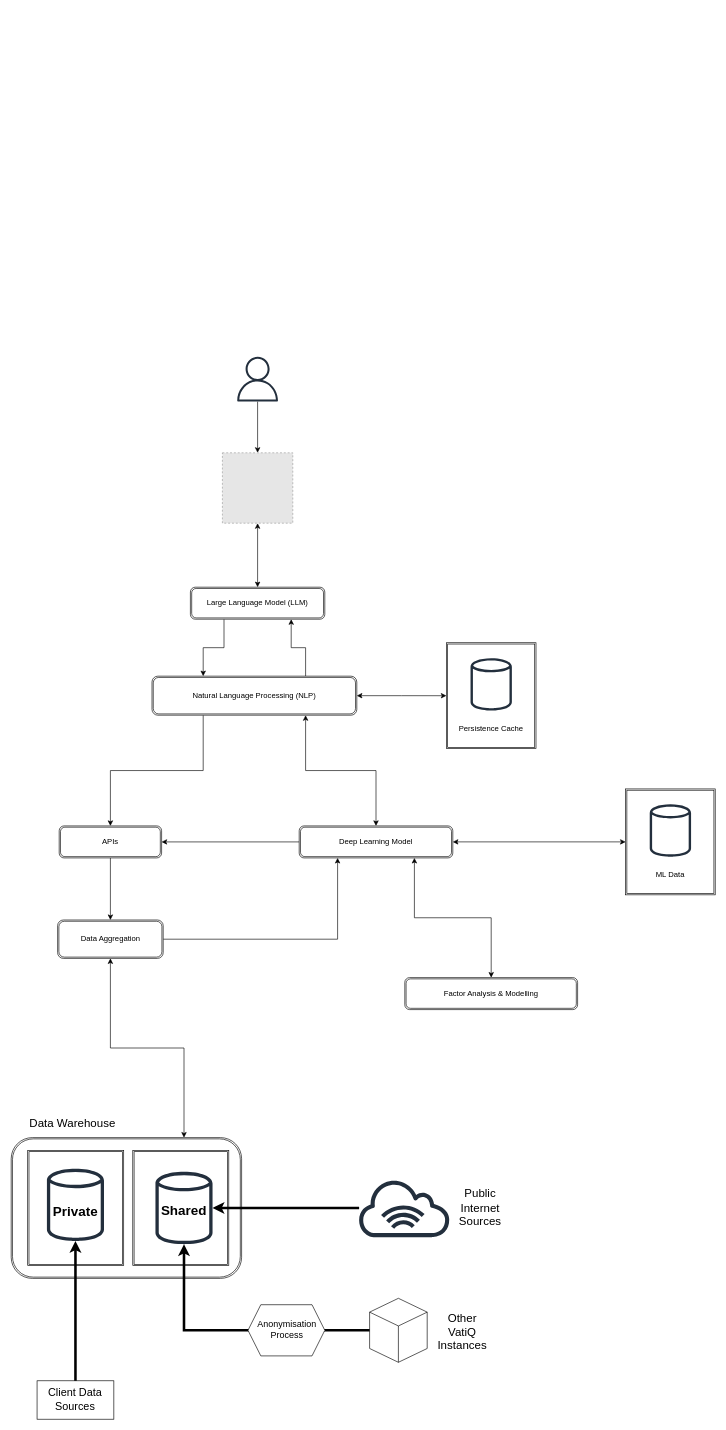
Before: Untitled Diagram.drawio in jordan-lazarus/jordan-lazarus, a draw.io diagram. Source tidied: cells renumbered, new cells numbered last; positions are measured from the earlier drawing's top-left corner, leaving out a move shared by most shapes. Both pictures are drawn from the tidied source at 64%, with x=0, y=0 at pixel (11, 356). Pictures stored in the file or linked from it are replaced by grey dashed boxes.
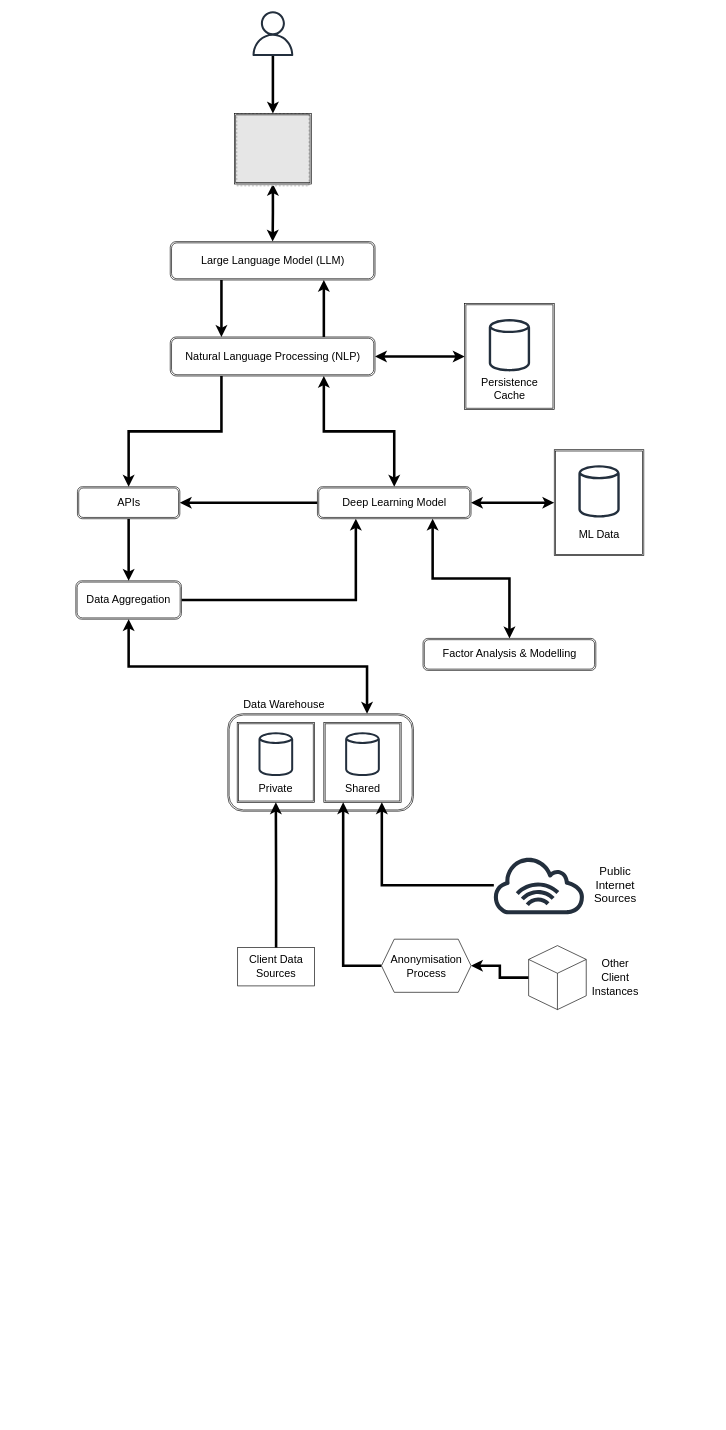
Above is the later version.

The change refers to these unchanged cells:
```xml
<mxCell id="40" style="sketch=0;outlineConnect=0;fontColor=#000000;gradientColor=none;fillColor=#232F3D;strokeColor=none;dashed=0;verticalLabelPosition=bottom;verticalAlign=top;align=center;html=1;fontSize=12;fontStyle=0;shape=mxgraph.aws4.internet_alt1;" parent="39" vertex="1">
  <mxGeometry width="148" height="91.1" as="geometry" />
</mxCell>
```

Diff of the diagram source:
```diff
@@
     <mxCell id="2" value="Client Data Sources" style="rounded=0;whiteSpace=wrap;html=1;fontSize=17;" parent="1" vertex="1">
-      <mxGeometry x="40.4" y="1600" width="120" height="60" as="geometry" />
+      <mxGeometry x="353.9" y="923" width="120" height="60" as="geometry" />
     </mxCell>
+    <mxCell id="49" style="edgeStyle=orthogonalEdgeStyle;rounded=0;jettySize=auto;html=1;fontFamily=Helvetica;fontSize=12;fontColor=default;strokeWidth=4;" parent="1" edge="1" source="3" target="16">
+      <mxGeometry relative="1" as="geometry" />
+    </mxCell>
     <mxCell id="3" style="html=1;whiteSpace=wrap;shape=isoCube2;backgroundOutline=1;isoAngle=15;" parent="1" vertex="1">
-      <mxGeometry x="560" y="1471.1" width="90" height="100" as="geometry" />
+      <mxGeometry x="808.5" y="920" width="90" height="100" as="geometry" />
     </mxCell>
-    <mxCell id="4" value="Other VatiQ Instances" style="text;html=1;strokeColor=none;fillColor=none;align=center;verticalAlign=middle;whiteSpace=wrap;rounded=0;fontSize=18;" parent="1" vertex="1">
-      <mxGeometry x="660" y="1491.1" width="90" height="66.1" as="geometry" />
+    <mxCell id="4" value="&lt;font style=&quot;font-size: 17px;&quot;&gt;Other Client Instances&lt;/font&gt;" style="text;html=1;strokeColor=none;fillColor=none;align=center;verticalAlign=middle;whiteSpace=wrap;rounded=0;fontSize=18;" parent="1" vertex="1">
+      <mxGeometry x="898.5" y="937" width="90" height="66.1" as="geometry" />
     </mxCell>
-    <mxCell id="5" style="group;fontSize=10;" parent="1" vertex="1">
-      <mxGeometry y="1180" width="360" height="260" as="geometry" />
-    </mxCell>
-    <mxCell id="6" style="shape=ext;double=1;rounded=1;whiteSpace=wrap;html=1;" parent="5" vertex="1">
-      <mxGeometry y="40" width="360" height="220" as="geometry" />
-    </mxCell>
-    <mxCell id="7" style="shape=ext;double=1;rounded=0;whiteSpace=wrap;html=1;" parent="5" vertex="1">
-      <mxGeometry x="190" y="60" width="150" height="180" as="geometry" />
-    </mxCell>
-    <mxCell id="8" style="shape=ext;double=1;rounded=0;whiteSpace=wrap;html=1;" parent="5" vertex="1">
-      <mxGeometry x="25.8" y="60" width="150" height="180" as="geometry" />
-    </mxCell>
-    <mxCell id="9" value="&lt;font style=&quot;font-size: 18px;&quot;&gt;Data Warehouse&lt;/font&gt;" style="text;html=1;strokeColor=none;fillColor=none;align=center;verticalAlign=middle;whiteSpace=wrap;rounded=0;fontSize=27;" parent="5" vertex="1">
-      <mxGeometry x="25.8" width="140" height="30" as="geometry" />
-    </mxCell>
-    <mxCell id="10" value="Private" style="text;html=1;strokeColor=none;fillColor=none;align=center;verticalAlign=middle;whiteSpace=wrap;rounded=0;fontStyle=1;fontSize=21;" parent="5" vertex="1">
-      <mxGeometry x="70.8" y="140" width="59.1" height="29" as="geometry" />
-    </mxCell>
-    <mxCell id="11" value="Shared" style="text;html=1;strokeColor=none;fillColor=none;align=center;verticalAlign=middle;whiteSpace=wrap;rounded=0;fontStyle=1;fontSize=21;" parent="5" vertex="1">
-      <mxGeometry x="240" y="139" width="60" height="30" as="geometry" />
-    </mxCell>
-    <mxCell id="12" style="sketch=0;outlineConnect=0;fontColor=#000000;gradientColor=none;fillColor=#232F3D;strokeColor=none;dashed=0;verticalLabelPosition=bottom;verticalAlign=top;align=center;html=1;fontSize=12;fontStyle=0;shape=mxgraph.aws4.generic_database;" parent="5" vertex="1">
-      <mxGeometry x="55.8" y="86" width="89.2" height="118" as="geometry" />
-    </mxCell>
-    <mxCell id="13" style="sketch=0;outlineConnect=0;fontColor=#000000;gradientColor=none;fillColor=#232F3D;strokeColor=none;dashed=0;verticalLabelPosition=bottom;verticalAlign=top;align=center;html=1;fontSize=12;fontStyle=0;shape=mxgraph.aws4.generic_database;" parent="5" vertex="1">
-      <mxGeometry x="225.4" y="91" width="89.2" height="118" as="geometry" />
-    </mxCell>
-    <mxCell id="14" style="edgeStyle=orthogonalEdgeStyle;rounded=0;jettySize=auto;html=1;strokeWidth=4;" parent="1" edge="1" source="40" target="13">
-      <mxGeometry relative="1" as="geometry" />
-    </mxCell>
-    <mxCell id="15" style="edgeStyle=orthogonalEdgeStyle;rounded=0;jettySize=auto;html=1;strokeWidth=4;" parent="1" edge="1" source="3" target="13">
-      <mxGeometry relative="1" as="geometry" />
-    </mxCell>
-    <mxCell id="16" style="shape=hexagon;perimeter=hexagonPerimeter2;whiteSpace=wrap;html=1;fixedSize=1;" parent="1" vertex="1">
-      <mxGeometry x="370" y="1481.1" width="120" height="80" as="geometry" />
-    </mxCell>
-    <mxCell id="17" value="Anonymisation Process" style="text;html=1;strokeColor=none;fillColor=none;align=center;verticalAlign=middle;whiteSpace=wrap;rounded=0;fontSize=14;" parent="1" vertex="1">
-      <mxGeometry x="401" y="1505" width="60" height="30" as="geometry" />
-    </mxCell>
-    <mxCell id="18" style="edgeStyle=orthogonalEdgeStyle;rounded=0;jettySize=auto;html=1;entryX=0.5;entryY=0;entryDx=0;entryDy=0;" parent="1" edge="1" source="19" target="31">
+    <mxCell id="18" style="edgeStyle=orthogonalEdgeStyle;rounded=0;jettySize=auto;html=1;entryX=0.5;entryY=0;entryDx=0;entryDy=0;strokeWidth=4;" parent="1" edge="1" source="19" target="51">
       <mxGeometry relative="1" as="geometry" />
     </mxCell>
     <mxCell id="19" style="sketch=0;outlineConnect=0;fontColor=#232F3E;gradientColor=none;fillColor=#232F3D;strokeColor=none;dashed=0;verticalLabelPosition=bottom;verticalAlign=top;align=center;html=1;fontSize=12;fontStyle=0;shape=mxgraph.aws4.user;" parent="1" vertex="1">
-      <mxGeometry x="350" width="70" height="70" as="geometry" />
+      <mxGeometry x="373.9" y="-540" width="70" height="70" as="geometry" />
     </mxCell>
-    <mxCell id="20" style="edgeStyle=orthogonalEdgeStyle;rounded=0;jettySize=auto;html=1;entryX=0.25;entryY=1;entryDx=0;entryDy=0;" parent="1" edge="1" source="21" target="37">
+    <mxCell id="20" style="edgeStyle=orthogonalEdgeStyle;rounded=0;jettySize=auto;html=1;entryX=0.25;entryY=1;entryDx=0;entryDy=0;strokeWidth=4;" parent="1" edge="1" source="21" target="37">
       <mxGeometry relative="1" as="geometry" />
     </mxCell>
-    <mxCell id="21" value="Data Aggregation" style="shape=ext;double=1;rounded=1;whiteSpace=wrap;html=1;" parent="1" vertex="1">
-      <mxGeometry x="72.5" y="880" width="165" height="60" as="geometry" />
+    <mxCell id="21" value="&lt;font style=&quot;font-size: 17px;&quot;&gt;Data Aggregation&lt;/font&gt;" style="shape=ext;double=1;rounded=1;whiteSpace=wrap;html=1;" parent="1" vertex="1">
+      <mxGeometry x="101" y="350" width="165" height="60" as="geometry" />
     </mxCell>
-    <mxCell id="22" style="edgeStyle=orthogonalEdgeStyle;rounded=0;jettySize=auto;html=1;exitX=0.5;exitY=1;exitDx=0;exitDy=0;entryX=0.5;entryY=0;entryDx=0;entryDy=0;" parent="1" edge="1" source="23" target="21">
+    <mxCell id="22" style="edgeStyle=orthogonalEdgeStyle;rounded=0;jettySize=auto;html=1;exitX=0.5;exitY=1;exitDx=0;exitDy=0;entryX=0.5;entryY=0;entryDx=0;entryDy=0;strokeWidth=4;" parent="1" edge="1" source="23" target="21">
       <mxGeometry relative="1" as="geometry" />
     </mxCell>
-    <mxCell id="23" value="APIs" style="shape=ext;double=1;rounded=1;whiteSpace=wrap;html=1;" parent="1" vertex="1">
-      <mxGeometry x="75" y="733" width="160" height="50" as="geometry" />
+    <mxCell id="23" value="&lt;font style=&quot;font-size: 17px;&quot;&gt;APIs&lt;/font&gt;" style="shape=ext;double=1;rounded=1;whiteSpace=wrap;html=1;" parent="1" vertex="1">
+      <mxGeometry x="103.5" y="203" width="160" height="50" as="geometry" />
     </mxCell>
-    <mxCell id="24" style="edgeStyle=orthogonalEdgeStyle;rounded=0;jettySize=auto;html=1;entryX=0.75;entryY=1;entryDx=0;entryDy=0;exitX=0.75;exitY=0;exitDx=0;exitDy=0;" parent="1" edge="1" source="27" target="29">
+    <mxCell id="24" style="edgeStyle=orthogonalEdgeStyle;rounded=0;jettySize=auto;html=1;entryX=0.75;entryY=1;entryDx=0;entryDy=0;exitX=0.75;exitY=0;exitDx=0;exitDy=0;strokeWidth=4;" parent="1" edge="1" source="27" target="29">
       <mxGeometry relative="1" as="geometry" />
     </mxCell>
-    <mxCell id="25" style="edgeStyle=orthogonalEdgeStyle;rounded=0;jettySize=auto;html=1;exitX=0.25;exitY=1;exitDx=0;exitDy=0;" parent="1" edge="1" source="27" target="23">
+    <mxCell id="25" style="edgeStyle=orthogonalEdgeStyle;rounded=0;jettySize=auto;html=1;exitX=0.25;exitY=1;exitDx=0;exitDy=0;strokeWidth=4;" parent="1" edge="1" source="27" target="23">
       <mxGeometry relative="1" as="geometry" />
     </mxCell>
-    <mxCell id="26" style="edgeStyle=orthogonalEdgeStyle;rounded=0;jettySize=auto;html=1;exitX=1;exitY=0.5;exitDx=0;exitDy=0;entryX=0;entryY=0.5;entryDx=0;entryDy=0;startArrow=classic;startFill=1;" parent="1" edge="1" source="27" target="44">
+    <mxCell id="26" style="edgeStyle=orthogonalEdgeStyle;rounded=0;jettySize=auto;html=1;exitX=1;exitY=0.5;exitDx=0;exitDy=0;entryX=0;entryY=0.5;entryDx=0;entryDy=0;startArrow=classic;startFill=1;strokeWidth=4;" parent="1" edge="1" source="27" target="44">
       <mxGeometry relative="1" as="geometry" />
     </mxCell>
-    <mxCell id="27" value="Natural Language Processing (NLP)" style="shape=ext;double=1;rounded=1;whiteSpace=wrap;html=1;" parent="1" vertex="1">
-      <mxGeometry x="220" y="499" width="320" height="61" as="geometry" />
+    <mxCell id="27" value="&lt;font style=&quot;font-size: 17px;&quot;&gt;Natural Language Processing (NLP)&lt;/font&gt;" style="shape=ext;double=1;rounded=1;whiteSpace=wrap;html=1;" parent="1" vertex="1">
+      <mxGeometry x="248.5" y="-31" width="320" height="61" as="geometry" />
     </mxCell>
-    <mxCell id="28" style="edgeStyle=orthogonalEdgeStyle;rounded=0;jettySize=auto;html=1;exitX=0.25;exitY=1;exitDx=0;exitDy=0;entryX=0.25;entryY=0;entryDx=0;entryDy=0;" parent="1" edge="1" source="29" target="27">
+    <mxCell id="28" style="edgeStyle=orthogonalEdgeStyle;rounded=0;jettySize=auto;html=1;exitX=0.25;exitY=1;exitDx=0;exitDy=0;entryX=0.25;entryY=0;entryDx=0;entryDy=0;strokeWidth=4;" parent="1" edge="1" source="29" target="27">
       <mxGeometry relative="1" as="geometry" />
     </mxCell>
-    <mxCell id="29" value="Large Language Model (LLM)" style="shape=ext;double=1;rounded=1;whiteSpace=wrap;html=1;" parent="1" vertex="1">
-      <mxGeometry x="280" y="360" width="210" height="50" as="geometry" />
+    <mxCell id="29" value="&lt;font style=&quot;font-size: 17px;&quot;&gt;Large Language Model (LLM)&lt;/font&gt;" style="shape=ext;double=1;rounded=1;whiteSpace=wrap;html=1;" parent="1" vertex="1">
+      <mxGeometry x="248.5" y="-180" width="320" height="60" as="geometry" />
     </mxCell>
-    <mxCell id="30" style="edgeStyle=orthogonalEdgeStyle;rounded=0;jettySize=auto;html=1;startArrow=classic;startFill=1;" parent="1" edge="1" source="31" target="29">
+    <mxCell id="30" style="edgeStyle=orthogonalEdgeStyle;rounded=0;jettySize=auto;html=1;startArrow=classic;startFill=1;strokeWidth=4;exitX=0.5;exitY=1;exitDx=0;exitDy=0;" parent="1" edge="1" source="51" target="29">
       <mxGeometry relative="1" as="geometry" />
     </mxCell>
-    <mxCell id="31" style="fillColor=#E6E6E6;strokeColor=#999999;dashed=1;html=1;verticalAlign=top;verticalLabelPosition=bottom;labelBackgroundColor=#ffffff;" parent="1" vertex="1">
-      <mxGeometry x="330" y="150" width="110" height="110" as="geometry" />
-    </mxCell>
-    <mxCell id="32" style="edgeStyle=orthogonalEdgeStyle;rounded=0;jettySize=auto;html=1;strokeWidth=4;" parent="1" edge="1" source="2" target="12">
-      <mxGeometry relative="1" as="geometry" />
-    </mxCell>
-    <mxCell id="33" style="edgeStyle=orthogonalEdgeStyle;rounded=0;jettySize=auto;html=1;exitX=0.75;exitY=0;exitDx=0;exitDy=0;entryX=0.5;entryY=1;entryDx=0;entryDy=0;startArrow=classic;startFill=1;" parent="1" edge="1" source="6" target="21">
+    <mxCell id="33" style="edgeStyle=orthogonalEdgeStyle;rounded=0;jettySize=auto;html=1;exitX=0.75;exitY=0;exitDx=0;exitDy=0;entryX=0.5;entryY=1;entryDx=0;entryDy=0;startArrow=classic;startFill=1;strokeWidth=4;" parent="1" edge="1" source="6" target="21">
       <mxGeometry relative="1" as="geometry" />
     </mxCell>
-    <mxCell id="34" style="edgeStyle=orthogonalEdgeStyle;rounded=0;jettySize=auto;html=1;entryX=0.75;entryY=1;entryDx=0;entryDy=0;startArrow=classic;startFill=1;" parent="1" edge="1" source="37" target="27">
+    <mxCell id="34" style="edgeStyle=orthogonalEdgeStyle;rounded=0;jettySize=auto;html=1;entryX=0.75;entryY=1;entryDx=0;entryDy=0;startArrow=classic;startFill=1;strokeWidth=4;" parent="1" edge="1" source="37" target="27">
       <mxGeometry relative="1" as="geometry" />
     </mxCell>
-    <mxCell id="35" style="edgeStyle=orthogonalEdgeStyle;rounded=0;jettySize=auto;html=1;exitX=0;exitY=0.5;exitDx=0;exitDy=0;" parent="1" edge="1" source="37" target="23">
+    <mxCell id="35" style="edgeStyle=orthogonalEdgeStyle;rounded=0;jettySize=auto;html=1;exitX=0;exitY=0.5;exitDx=0;exitDy=0;strokeWidth=4;" parent="1" edge="1" source="37" target="23">
       <mxGeometry relative="1" as="geometry" />
     </mxCell>
-    <mxCell id="36" style="edgeStyle=orthogonalEdgeStyle;rounded=0;jettySize=auto;html=1;startArrow=classic;startFill=1;entryX=0;entryY=0.5;entryDx=0;entryDy=0;" parent="1" edge="1" source="37" target="47">
+    <mxCell id="36" style="edgeStyle=orthogonalEdgeStyle;rounded=0;jettySize=auto;html=1;startArrow=classic;startFill=1;entryX=0;entryY=0.5;entryDx=0;entryDy=0;strokeWidth=4;" parent="1" edge="1" source="37" target="47">
       <mxGeometry relative="1" as="geometry" />
     </mxCell>
-    <mxCell id="37" value="Deep Learning Model" style="shape=ext;double=1;rounded=1;whiteSpace=wrap;html=1;" parent="1" vertex="1">
-      <mxGeometry x="450" y="733" width="240" height="50" as="geometry" />
+    <mxCell id="37" value="&lt;font style=&quot;font-size: 17px;&quot;&gt;Deep Learning Model&lt;/font&gt;" style="shape=ext;double=1;rounded=1;whiteSpace=wrap;html=1;" parent="1" vertex="1">
+      <mxGeometry x="478.5" y="203" width="240" height="50" as="geometry" />
     </mxCell>
-    <mxCell id="38" style="edgeStyle=orthogonalEdgeStyle;rounded=0;jettySize=auto;html=1;exitX=0.5;exitY=0;exitDx=0;exitDy=0;entryX=0.75;entryY=1;entryDx=0;entryDy=0;startArrow=classic;startFill=1;" parent="1" edge="1" source="42" target="37">
+    <mxCell id="38" style="edgeStyle=orthogonalEdgeStyle;rounded=0;jettySize=auto;html=1;exitX=0.5;exitY=0;exitDx=0;exitDy=0;entryX=0.75;entryY=1;entryDx=0;entryDy=0;startArrow=classic;startFill=1;strokeWidth=4;" parent="1" edge="1" source="42" target="37">
       <mxGeometry relative="1" as="geometry" />
     </mxCell>
     <mxCell id="39" style="group;" parent="1" vertex="1">
-      <mxGeometry x="540" y="1284.5" width="238" height="91.1" as="geometry" />
+      <mxGeometry x="750.5" y="780" width="238" height="91.1" as="geometry" />
     </mxCell>
@@
-    <mxCell id="42" value="Factor Analysis &amp;amp; Modelling" style="shape=ext;double=1;rounded=1;whiteSpace=wrap;html=1;" parent="1" vertex="1">
-      <mxGeometry x="615" y="970" width="270" height="50" as="geometry" />
+    <mxCell id="42" value="&lt;font style=&quot;font-size: 17px;&quot;&gt;Factor Analysis &amp;amp; Modelling&lt;/font&gt;" style="shape=ext;double=1;rounded=1;whiteSpace=wrap;html=1;" parent="1" vertex="1">
+      <mxGeometry x="643.5" y="440" width="270" height="50" as="geometry" />
     </mxCell>
     <mxCell id="43" style="group;" parent="1" vertex="1">
-      <mxGeometry x="680" y="446.8" width="140" height="165.5" as="geometry" />
+      <mxGeometry x="708.5" y="-83.2" width="140" height="165.5" as="geometry" />
     </mxCell>
-    <mxCell id="44" value="&lt;br&gt;&lt;br&gt;&lt;br&gt;&lt;br&gt;&lt;br&gt;&lt;br&gt;&lt;br&gt;Persistence Cache" style="shape=ext;double=1;rounded=0;whiteSpace=wrap;html=1;" parent="43" vertex="1">
+    <mxCell id="44" value="&lt;font style=&quot;font-size: 17px;&quot;&gt;&lt;br&gt;&lt;br&gt;&lt;br&gt;&lt;br&gt;&lt;br&gt;Persistence Cache&lt;/font&gt;" style="shape=ext;double=1;rounded=0;whiteSpace=wrap;html=1;" parent="43" vertex="1">
       <mxGeometry width="140" height="165.5" as="geometry" />
     </mxCell>
@@
     <mxCell id="46" style="group;" parent="1" vertex="1">
-      <mxGeometry x="960" y="675.2" width="140" height="165.5" as="geometry" />
+      <mxGeometry x="848.5" y="145.2" width="140" height="165.5" as="geometry" />
     </mxCell>
-    <mxCell id="47" value="&lt;br&gt;&lt;br&gt;&lt;br&gt;&lt;br&gt;&lt;br&gt;&lt;br&gt;&lt;br&gt;ML Data" style="shape=ext;double=1;rounded=0;whiteSpace=wrap;html=1;" parent="46" vertex="1">
+    <mxCell id="47" value="&lt;font style=&quot;font-size: 17px;&quot;&gt;&lt;br&gt;&lt;br&gt;&lt;br&gt;&lt;br&gt;&lt;br&gt;ML Data&lt;/font&gt;" style="shape=ext;double=1;rounded=0;whiteSpace=wrap;html=1;" parent="46" vertex="1">
       <mxGeometry width="140" height="165.5" as="geometry" />
     </mxCell>
@@
+    <mxCell id="6" style="shape=ext;double=1;rounded=1;whiteSpace=wrap;html=1;" parent="1" vertex="1">
+      <mxGeometry x="338.5" y="557.7" width="290" height="152.3" as="geometry" />
+    </mxCell>
+    <mxCell id="7" value="&lt;font style=&quot;font-size: 17px;&quot;&gt;&lt;br&gt;&lt;br&gt;&lt;br&gt;&lt;br&gt;Private&lt;/font&gt;" style="shape=ext;double=1;rounded=0;whiteSpace=wrap;html=1;" parent="1" vertex="1">
+      <mxGeometry x="353.1" y="571.5" width="120.8" height="124.6" as="geometry" />
+    </mxCell>
+    <mxCell id="8" value="&lt;font style=&quot;font-size: 17px;&quot;&gt;&lt;br&gt;&lt;br&gt;&lt;br&gt;&lt;br&gt;Shared&lt;/font&gt;" style="shape=ext;double=1;rounded=0;whiteSpace=wrap;html=1;" parent="1" vertex="1">
+      <mxGeometry x="488.5" y="571.5" width="120.8" height="124.6" as="geometry" />
+    </mxCell>
+    <mxCell id="9" value="&lt;font style=&quot;font-size: 17px;&quot;&gt;Data Warehouse&lt;/font&gt;" style="text;html=1;strokeColor=none;fillColor=none;align=center;verticalAlign=middle;whiteSpace=wrap;rounded=0;fontSize=27;" parent="1" vertex="1">
+      <mxGeometry x="348.9" y="530" width="155.2" height="20.8" as="geometry" />
+    </mxCell>
+    <mxCell id="12" style="sketch=0;outlineConnect=0;fontColor=#000000;gradientColor=none;fillColor=#232F3D;strokeColor=none;dashed=0;verticalLabelPosition=bottom;verticalAlign=top;align=center;html=1;fontSize=12;fontStyle=0;shape=mxgraph.aws4.generic_database;" parent="1" vertex="1">
+      <mxGeometry x="386.4" y="585" width="54.2" height="71.7" as="geometry" />
+    </mxCell>
+    <mxCell id="13" style="sketch=0;outlineConnect=0;fontColor=#000000;gradientColor=none;fillColor=#232F3D;strokeColor=none;dashed=0;verticalLabelPosition=bottom;verticalAlign=top;align=center;html=1;fontSize=12;fontStyle=0;shape=mxgraph.aws4.generic_database;" parent="1" vertex="1">
+      <mxGeometry x="521.8" y="585" width="54.2" height="71.7" as="geometry" />
+    </mxCell>
+    <mxCell id="15" style="edgeStyle=orthogonalEdgeStyle;rounded=0;jettySize=auto;html=1;strokeWidth=4;entryX=0.25;entryY=1;entryDx=0;entryDy=0;exitX=0;exitY=0.5;exitDx=0;exitDy=0;" parent="1" edge="1" source="16" target="8">
+      <mxGeometry relative="1" as="geometry" />
+    </mxCell>
+    <mxCell id="14" style="edgeStyle=orthogonalEdgeStyle;rounded=0;jettySize=auto;html=1;strokeWidth=4;entryX=0.75;entryY=1;entryDx=0;entryDy=0;" parent="1" edge="1" source="40" target="8">
+      <mxGeometry relative="1" as="geometry" />
+    </mxCell>
+    <mxCell id="16" style="shape=hexagon;perimeter=hexagonPerimeter2;whiteSpace=wrap;html=1;fixedSize=1;" parent="1" vertex="1">
+      <mxGeometry x="578.5" y="910" width="140" height="83" as="geometry" />
+    </mxCell>
+    <mxCell id="17" value="&lt;font style=&quot;font-size: 17px;&quot;&gt;Anonymisation Process&lt;/font&gt;" style="text;html=1;strokeColor=none;fillColor=none;align=center;verticalAlign=middle;whiteSpace=wrap;rounded=0;fontSize=14;" parent="1" vertex="1">
+      <mxGeometry x="618.5" y="938" width="60" height="30" as="geometry" />
+    </mxCell>
+    <mxCell id="32" style="edgeStyle=orthogonalEdgeStyle;rounded=0;jettySize=auto;html=1;strokeWidth=4;" parent="1" edge="1" source="2" target="7">
+      <mxGeometry relative="1" as="geometry" />
+    </mxCell>
+    <mxCell id="50" style="group;" parent="1" vertex="1">
+      <mxGeometry x="348.9" y="-380" width="120" height="112.9" as="geometry" />
+    </mxCell>
+    <mxCell id="31" style="fillColor=#E6E6E6;strokeColor=#999999;dashed=1;html=1;verticalAlign=top;verticalLabelPosition=bottom;labelBackgroundColor=#ffffff;" parent="50" vertex="1">
+      <mxGeometry x="3.6" width="112.9" height="112.9" as="geometry" />
+    </mxCell>
+    <mxCell id="51" style="shape=ext;double=1;rounded=0;whiteSpace=wrap;html=1;fontFamily=Helvetica;fontSize=12;fontColor=default;fillColor=none;gradientColor=none;" parent="50" vertex="1">
+      <mxGeometry width="120" height="110" as="geometry" />
+    </mxCell>
```
